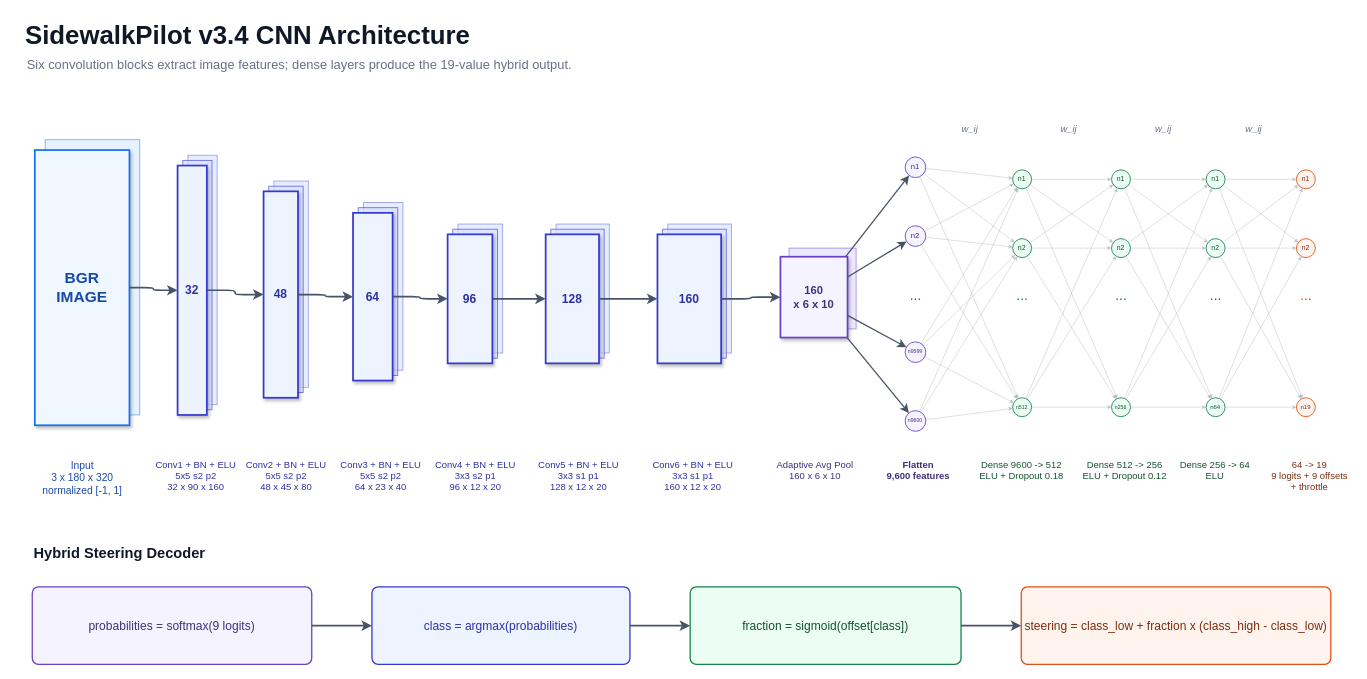
This is docs/media/presentation_diagrams/SidewalkPilot_v3.4_Model_Architecture.drawio from RamCodesBetter/SidewalkPilot, a draw.io file, before an edit. Source tidied: cells renumbered, new cells numbered last; positions are measured from the earlier drawing's top-left corner, leaving out a move shared by most shapes. Both pictures are drawn from the tidied source at 86%, with x=0, y=0 at pixel (15, 15).
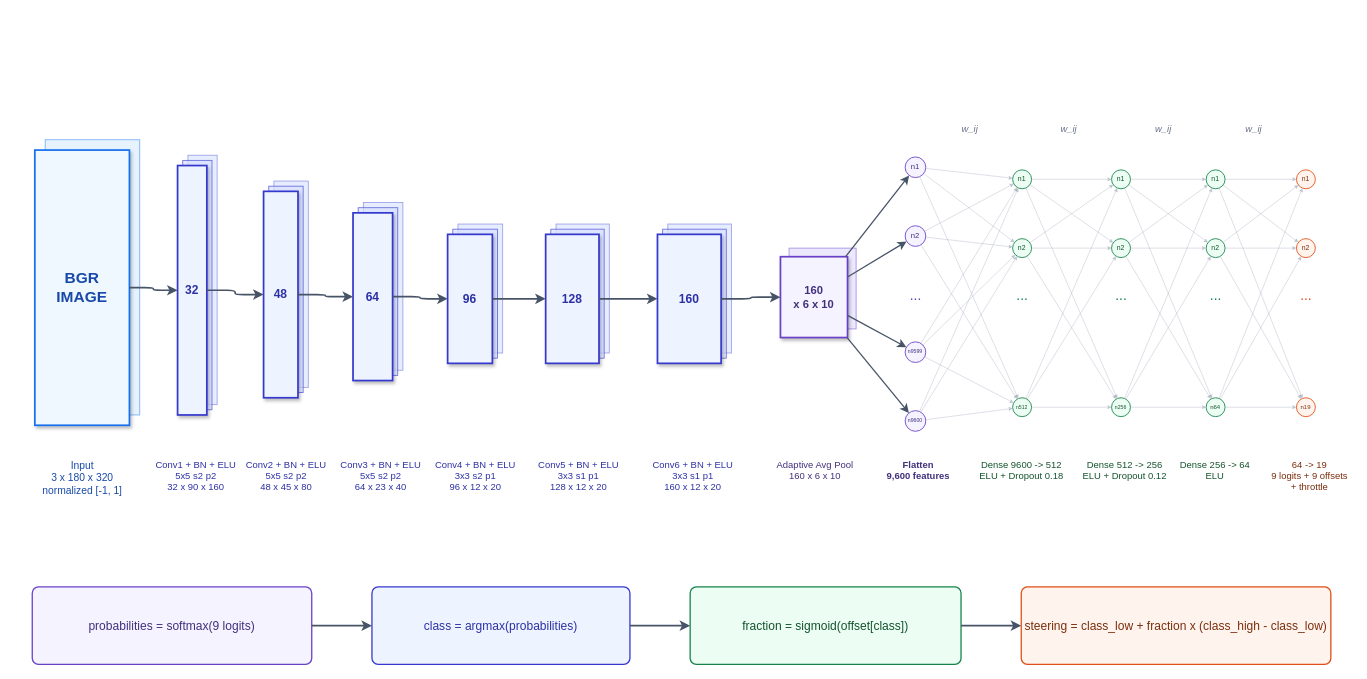
The same diagram, later.

What changed in the source:
```diff
@@
-    <mxCell id="2" value="SidewalkPilot v3.4 CNN Architecture" style="text;html=1;strokeColor=none;fillColor=none;align=left;verticalAlign=middle;fontFamily=Arial;fontSize=30;fontStyle=1;fontColor=#101828;" parent="1" vertex="1">
-      <mxGeometry x="10" width="700" height="45" as="geometry" />
-    </mxCell>
-    <mxCell id="3" value="Six convolution blocks extract image features; dense layers produce the 19-value hybrid output." style="text;html=1;strokeColor=none;fillColor=none;align=left;verticalAlign=middle;fontFamily=Arial;fontSize=15;fontColor=#667085;" parent="1" vertex="1">
-      <mxGeometry x="12" y="42" width="900" height="30" as="geometry" />
-    </mxCell>
@@
-    <mxCell id="114" value="Hybrid Steering Decoder" style="text;html=1;strokeColor=none;fillColor=none;align=left;fontFamily=Arial;fontSize=17;fontStyle=1;fontColor=#101828;" parent="1" vertex="1">
-      <mxGeometry x="20" y="610" width="300" height="30" as="geometry" />
-    </mxCell>
```
